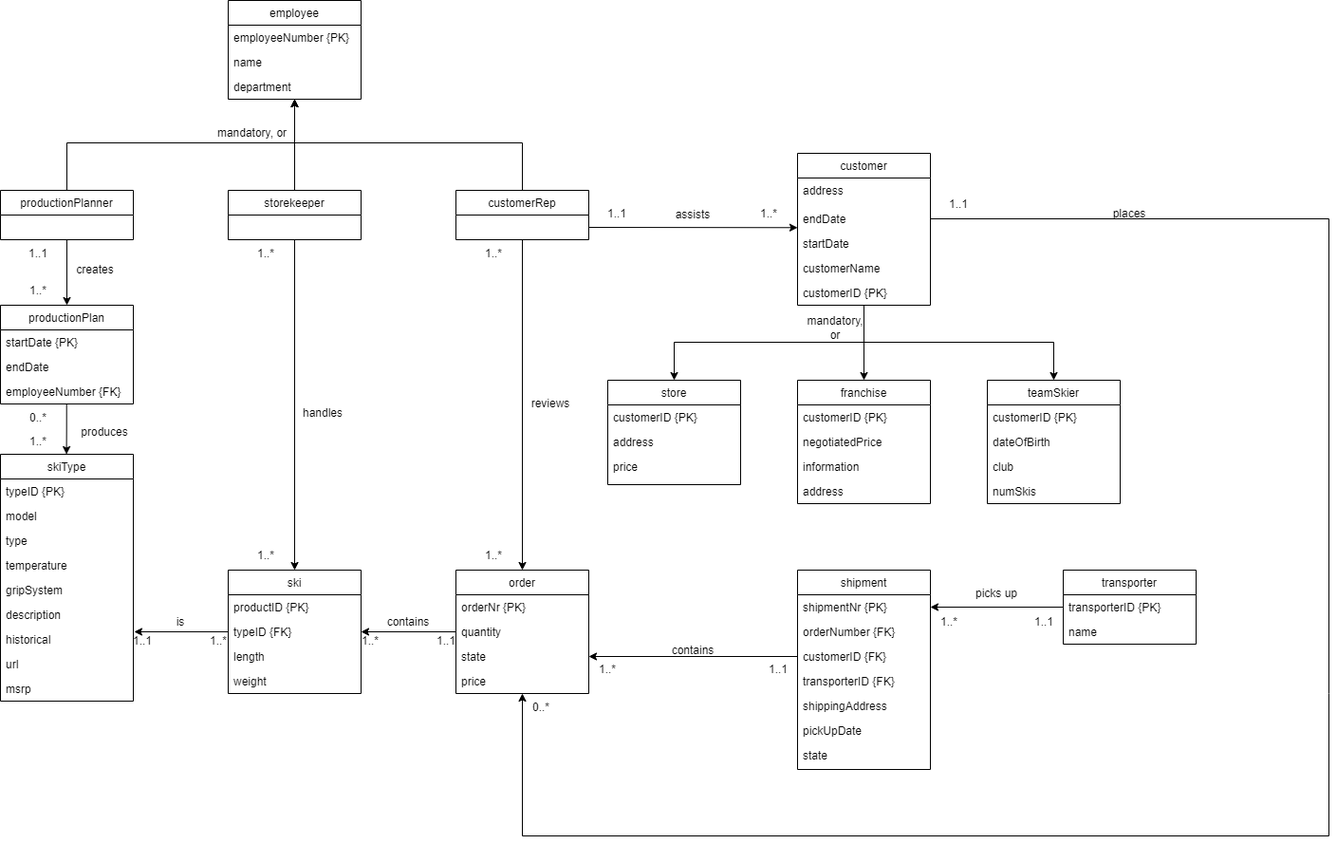
Before: documentation/conceptual.png, a diagram exported from draw.io (Mystodan/database_prosjekt_33). Source tidied: cells renumbered, new cells last; positions are measured from the earlier drawing's top-left corner, leaving out a move shared by most shapes.
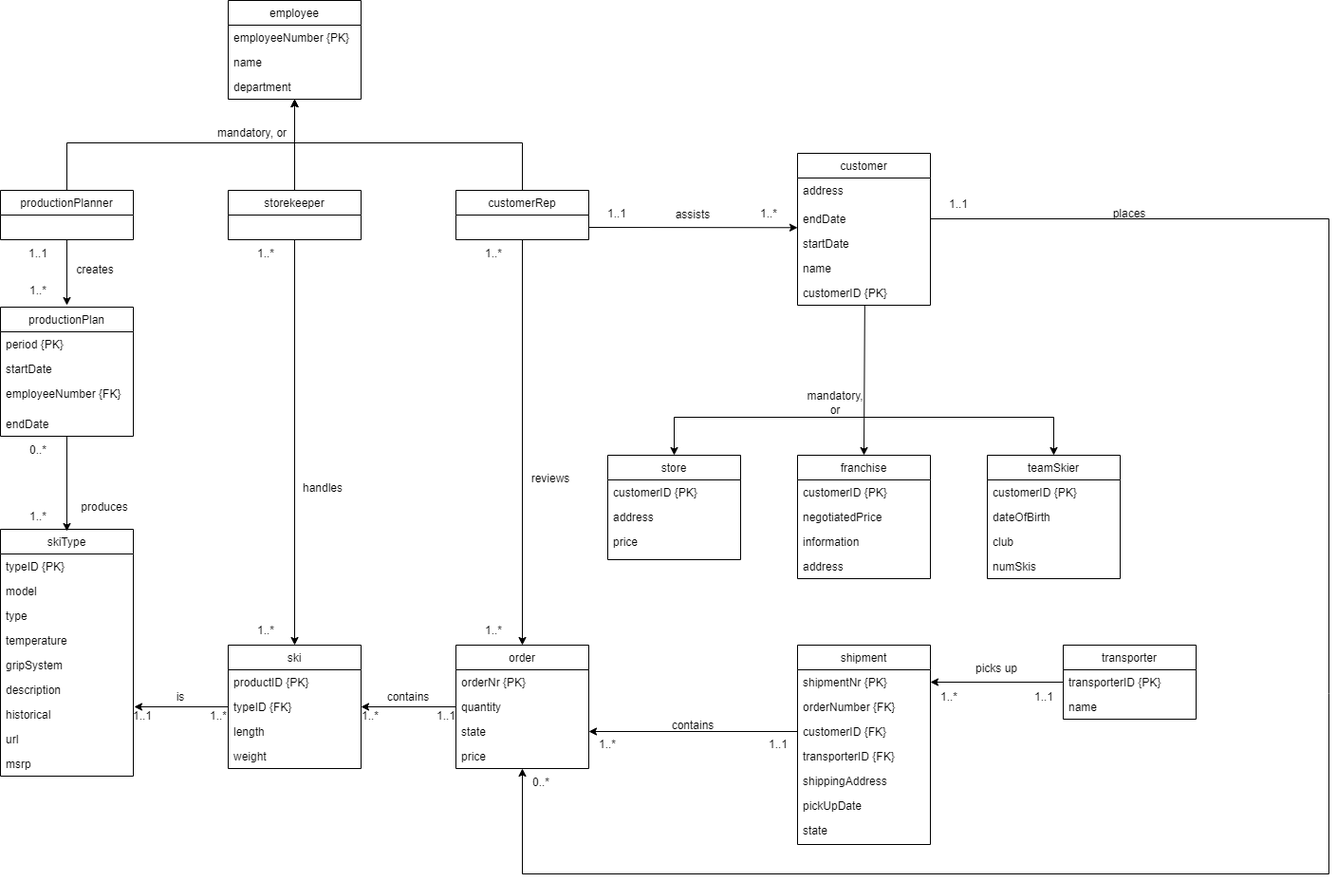
Above is the later version.

Commit message:
updated conceptual model

The edit, as a diff of the source:
```diff
@@ -5,13 +5,13 @@
     <mxCell id="2" style="edgeStyle=none;rounded=0;jettySize=auto;html=1;entryX=0.5;entryY=1;entryDx=0;entryDy=0;" parent="1" edge="1" source="3" target="26">
       <mxGeometry relative="1" as="geometry">
         <Array as="points">
-          <mxPoint x="70" y="150" />
-          <mxPoint x="310" y="150" />
+          <mxPoint x="70" y="71" />
+          <mxPoint x="310" y="71" />
         </Array>
       </mxGeometry>
     </mxCell>
     <mxCell id="3" value="productionPlanner" style="swimlane;fontStyle=0;horizontal=1;startSize=26;fillColor=none;" parent="1" vertex="1">
-      <mxGeometry y="200" width="140" height="52" as="geometry" />
+      <mxGeometry y="121" width="140" height="52" as="geometry" />
     </mxCell>
     <mxCell id="4" style="edgeStyle=orthogonalEdgeStyle;rounded=0;jettySize=auto;html=1;entryX=0.5;entryY=1;entryDx=0;entryDy=0;" parent="1" edge="1" source="6" target="26">
       <mxGeometry relative="1" as="geometry" />
@@ -20,7 +20,7 @@
       <mxGeometry relative="1" as="geometry" />
     </mxCell>
     <mxCell id="6" value="storekeeper" style="swimlane;fontStyle=0;horizontal=1;startSize=26;fillColor=none;" parent="1" vertex="1">
-      <mxGeometry x="240" y="200" width="140" height="52" as="geometry" />
+      <mxGeometry x="240" y="121" width="140" height="52" as="geometry" />
     </mxCell>
     <mxCell id="7" style="edgeStyle=orthogonalEdgeStyle;rounded=0;jettySize=auto;html=1;exitX=0.5;exitY=1;exitDx=0;exitDy=0;entryX=0.5;entryY=0;entryDx=0;entryDy=0;" parent="1" edge="1" source="10" target="30">
       <mxGeometry relative="1" as="geometry" />
@@ -28,8 +28,8 @@
     <mxCell id="8" style="edgeStyle=none;rounded=0;jettySize=auto;html=1;entryX=0.5;entryY=1;entryDx=0;entryDy=0;" parent="1" edge="1" source="10" target="26">
       <mxGeometry relative="1" as="geometry">
         <Array as="points">
-          <mxPoint x="550" y="150" />
-          <mxPoint x="310" y="150" />
+          <mxPoint x="550" y="71" />
+          <mxPoint x="310" y="71" />
         </Array>
       </mxGeometry>
     </mxCell>
@@ -37,7 +37,7 @@
       <mxGeometry relative="1" as="geometry" />
     </mxCell>
     <mxCell id="10" value="customerRep" style="swimlane;fontStyle=0;horizontal=1;startSize=26;fillColor=none;" parent="1" vertex="1">
-      <mxGeometry x="480" y="200" width="140" height="52" as="geometry" />
+      <mxGeometry x="480" y="121" width="140" height="52" as="geometry" />
     </mxCell>
     <mxCell id="11" value="skiType" style="swimlane;fontStyle=0;horizontal=1;startSize=26;fillColor=none;" parent="1" vertex="1">
       <mxGeometry y="478" width="140" height="260" as="geometry" />
@@ -85,7 +85,7 @@
       <mxGeometry y="104" width="140" height="26" as="geometry" />
     </mxCell>
     <mxCell id="26" value="employee" style="swimlane;fontStyle=0;horizontal=1;startSize=26;fillColor=none;" parent="1" vertex="1">
-      <mxGeometry x="240" width="140" height="104" as="geometry" />
+      <mxGeometry x="240" y="-79" width="140" height="104" as="geometry" />
     </mxCell>
     <mxCell id="27" value="employeeNumber {PK}" style="text;strokeColor=none;fillColor=none;align=left;verticalAlign=top;spacingLeft=4;spacingRight=4;overflow=hidden;" parent="26" vertex="1">
       <mxGeometry y="26" width="140" height="26" as="geometry" />
@@ -111,18 +111,24 @@
     <mxCell id="34" value="price" style="text;strokeColor=none;fillColor=none;align=left;verticalAlign=top;spacingLeft=4;spacingRight=4;overflow=hidden;points=[[0,0.5],[1,0.5]];portConstraint=eastwest;" parent="30" vertex="1">
       <mxGeometry y="104" width="140" height="26" as="geometry" />
     </mxCell>
+    <mxCell id="112" style="edgeStyle=none;rounded=0;jettySize=auto;html=1;entryX=1;entryY=1;entryDx=0;entryDy=0;" parent="1" edge="1" source="35" target="85">
+      <mxGeometry relative="1" as="geometry" />
+    </mxCell>
     <mxCell id="35" value="productionPlan" style="swimlane;fontStyle=0;horizontal=1;startSize=26;fillColor=none;" parent="1" vertex="1">
-      <mxGeometry y="321" width="140" height="104" as="geometry" />
+      <mxGeometry y="244" width="140" height="136" as="geometry" />
     </mxCell>
-    <mxCell id="36" value="startDate {PK}" style="text;strokeColor=none;fillColor=none;align=left;verticalAlign=top;spacingLeft=4;spacingRight=4;overflow=hidden;" parent="35" vertex="1">
+    <mxCell id="36" value="period {PK}" style="text;strokeColor=none;fillColor=none;align=left;verticalAlign=top;spacingLeft=4;spacingRight=4;overflow=hidden;" parent="35" vertex="1">
       <mxGeometry y="26" width="140" height="26" as="geometry" />
     </mxCell>
-    <mxCell id="37" value="endDate" style="text;strokeColor=none;fillColor=none;align=left;verticalAlign=top;spacingLeft=4;spacingRight=4;overflow=hidden;" parent="35" vertex="1">
+    <mxCell id="37" value="startDate" style="text;strokeColor=none;fillColor=none;align=left;verticalAlign=top;spacingLeft=4;spacingRight=4;overflow=hidden;" parent="35" vertex="1">
       <mxGeometry y="52" width="140" height="26" as="geometry" />
     </mxCell>
     <mxCell id="38" value="employeeNumber {FK}" style="text;strokeColor=none;fillColor=none;align=left;verticalAlign=top;spacingLeft=4;spacingRight=4;overflow=hidden;points=[[0,0.5],[1,0.5]];portConstraint=eastwest;" parent="35" vertex="1">
-      <mxGeometry y="78" width="140" height="26" as="geometry" />
+      <mxGeometry y="78" width="140" height="32" as="geometry" />
     </mxCell>
+    <mxCell id="113" value="endDate" style="text;strokeColor=none;fillColor=none;align=left;verticalAlign=top;spacingLeft=4;spacingRight=4;overflow=hidden;" parent="35" vertex="1">
+      <mxGeometry y="110" width="140" height="26" as="geometry" />
+    </mxCell>
     <mxCell id="39" value="shipment" style="swimlane;fontStyle=0;horizontal=1;startSize=26;fillColor=none;" parent="1" vertex="1">
       <mxGeometry x="840" y="600" width="140" height="210" as="geometry" />
     </mxCell>
@@ -156,7 +162,7 @@
     <mxCell id="49" value="name" style="text;strokeColor=none;fillColor=none;align=left;verticalAlign=top;spacingLeft=4;spacingRight=4;overflow=hidden;" parent="47" vertex="1">
       <mxGeometry y="52" width="140" height="26" as="geometry" />
     </mxCell>
-    <mxCell id="50" style="edgeStyle=none;rounded=0;jettySize=auto;html=1;entryX=0.5;entryY=0;entryDx=0;entryDy=0;" parent="1" edge="1" source="53" target="68">
+    <mxCell id="50" style="edgeStyle=none;rounded=0;jettySize=auto;html=1;entryX=0.5;entryY=0;entryDx=0;entryDy=0;exitX=0.506;exitY=1.006;exitDx=0;exitDy=0;exitPerimeter=0;" parent="1" edge="1" source="58" target="68">
       <mxGeometry relative="1" as="geometry" />
     </mxCell>
     <mxCell id="51" style="edgeStyle=none;rounded=0;jettySize=auto;html=1;entryX=0.5;entryY=0;entryDx=0;entryDy=0;" parent="1" edge="1" target="64">
@@ -176,7 +182,7 @@
       </mxGeometry>
     </mxCell>
     <mxCell id="53" value="customer" style="swimlane;fontStyle=0;horizontal=1;startSize=26;fillColor=none;" parent="1" vertex="1">
-      <mxGeometry x="840" y="161" width="140" height="160" as="geometry" />
+      <mxGeometry x="840" y="82" width="140" height="160" as="geometry" />
     </mxCell>
     <mxCell id="54" value="address" style="text;strokeColor=none;fillColor=none;align=left;verticalAlign=top;spacingLeft=4;spacingRight=4;overflow=hidden;" parent="53" vertex="1">
       <mxGeometry y="26" width="140" height="30" as="geometry" />
@@ -187,7 +193,7 @@
     <mxCell id="56" value="startDate" style="text;strokeColor=none;fillColor=none;align=left;verticalAlign=top;spacingLeft=4;spacingRight=4;overflow=hidden;" parent="53" vertex="1">
       <mxGeometry y="82" width="140" height="26" as="geometry" />
     </mxCell>
-    <mxCell id="57" value="customerName" style="text;strokeColor=none;fillColor=none;align=left;verticalAlign=top;spacingLeft=4;spacingRight=4;overflow=hidden;" parent="53" vertex="1">
+    <mxCell id="57" value="name" style="text;strokeColor=none;fillColor=none;align=left;verticalAlign=top;spacingLeft=4;spacingRight=4;overflow=hidden;" parent="53" vertex="1">
       <mxGeometry y="108" width="140" height="26" as="geometry" />
     </mxCell>
     <mxCell id="58" value="customerID {PK}" style="text;strokeColor=none;fillColor=none;align=left;verticalAlign=top;spacingLeft=4;spacingRight=4;overflow=hidden;points=[[0,0.5],[1,0.5]];portConstraint=eastwest;" parent="53" vertex="1">
@@ -246,63 +252,58 @@
     </mxCell>
     <mxCell id="76" style="edgeStyle=orthogonalEdgeStyle;rounded=0;orthogonalLoop=1;jettySize=auto;html=1;entryX=0.5;entryY=0;entryDx=0;entryDy=0;" parent="1" edge="1">
       <mxGeometry relative="1" as="geometry">
-        <mxPoint x="70" y="252" as="sourcePoint" />
-        <mxPoint x="70" y="321" as="targetPoint" />
+        <mxPoint x="70" y="173" as="sourcePoint" />
+        <mxPoint x="70" y="242" as="targetPoint" />
       </mxGeometry>
     </mxCell>
-    <mxCell id="77" style="edgeStyle=orthogonalEdgeStyle;rounded=0;jettySize=auto;html=1;entryX=0.5;entryY=0;entryDx=0;entryDy=0;exitX=0.498;exitY=0.981;exitDx=0;exitDy=0;exitPerimeter=0;" parent="1" edge="1" source="38">
-      <mxGeometry relative="1" as="geometry">
-        <mxPoint x="69.6" y="478" as="targetPoint" />
-      </mxGeometry>
-    </mxCell>
     <mxCell id="78" style="edgeStyle=none;rounded=0;jettySize=auto;html=1;entryX=1;entryY=0.5;entryDx=0;entryDy=0;" parent="1" edge="1" source="48" target="40">
       <mxGeometry relative="1" as="geometry" />
     </mxCell>
     <mxCell id="79" style="edgeStyle=none;rounded=0;jettySize=auto;html=1;entryX=0.5;entryY=1;entryDx=0;entryDy=0;entryPerimeter=0;" parent="1" edge="1" source="55" target="34">
       <mxGeometry relative="1" as="geometry">
         <Array as="points">
-          <mxPoint x="1400" y="230" />
-          <mxPoint x="1400" y="730" />
-          <mxPoint x="1400" y="880" />
-          <mxPoint x="550" y="880" />
+          <mxPoint x="1400" y="151" />
+          <mxPoint x="1400" y="651" />
+          <mxPoint x="1400" y="841" />
+          <mxPoint x="550" y="841" />
         </Array>
       </mxGeometry>
     </mxCell>
     <mxCell id="80" value="mandatory, or" style="text;html=1;align=center;verticalAlign=middle;strokeColor=none;fillColor=none;" parent="1" vertex="1">
-      <mxGeometry x="220" y="130" width="90" height="20" as="geometry" />
+      <mxGeometry x="220" y="51" width="90" height="20" as="geometry" />
     </mxCell>
     <mxCell id="81" value="1..1" style="text;html=1;strokeColor=none;fillColor=none;align=center;verticalAlign=middle;whiteSpace=wrap;rounded=0;" parent="1" vertex="1">
-      <mxGeometry x="10" y="252" width="60" height="30" as="geometry" />
+      <mxGeometry x="10" y="173" width="60" height="30" as="geometry" />
     </mxCell>
     <mxCell id="82" value="1..*" style="text;html=1;strokeColor=none;fillColor=none;align=center;verticalAlign=middle;whiteSpace=wrap;rounded=0;" parent="1" vertex="1">
-      <mxGeometry x="10" y="291" width="60" height="30" as="geometry" />
+      <mxGeometry x="10" y="212" width="60" height="30" as="geometry" />
     </mxCell>
     <mxCell id="83" value="creates" style="text;html=1;strokeColor=none;fillColor=none;align=center;verticalAlign=middle;whiteSpace=wrap;rounded=0;" parent="1" vertex="1">
-      <mxGeometry x="70" y="269" width="60" height="30" as="geometry" />
+      <mxGeometry x="70" y="190" width="60" height="30" as="geometry" />
     </mxCell>
     <mxCell id="84" value="0..*" style="text;html=1;strokeColor=none;fillColor=none;align=center;verticalAlign=middle;whiteSpace=wrap;rounded=0;" parent="1" vertex="1">
-      <mxGeometry x="10" y="425" width="60" height="30" as="geometry" />
+      <mxGeometry x="10" y="380" width="60" height="30" as="geometry" />
     </mxCell>
     <mxCell id="85" value="1..*" style="text;html=1;strokeColor=none;fillColor=none;align=center;verticalAlign=middle;whiteSpace=wrap;rounded=0;" parent="1" vertex="1">
       <mxGeometry x="10" y="450" width="60" height="30" as="geometry" />
     </mxCell>
     <mxCell id="86" value="1..*" style="text;html=1;strokeColor=none;fillColor=none;align=center;verticalAlign=middle;whiteSpace=wrap;rounded=0;" parent="1" vertex="1">
-      <mxGeometry x="250" y="252" width="60" height="30" as="geometry" />
+      <mxGeometry x="250" y="173" width="60" height="30" as="geometry" />
     </mxCell>
     <mxCell id="87" value="1..*" style="text;html=1;strokeColor=none;fillColor=none;align=center;verticalAlign=middle;whiteSpace=wrap;rounded=0;" parent="1" vertex="1">
       <mxGeometry x="250" y="570" width="60" height="30" as="geometry" />
     </mxCell>
     <mxCell id="88" value="1..*" style="text;html=1;strokeColor=none;fillColor=none;align=center;verticalAlign=middle;whiteSpace=wrap;rounded=0;" parent="1" vertex="1">
-      <mxGeometry x="490" y="252" width="60" height="30" as="geometry" />
+      <mxGeometry x="490" y="173" width="60" height="30" as="geometry" />
     </mxCell>
     <mxCell id="89" value="1..*" style="text;html=1;strokeColor=none;fillColor=none;align=center;verticalAlign=middle;whiteSpace=wrap;rounded=0;" parent="1" vertex="1">
       <mxGeometry x="490" y="570" width="60" height="30" as="geometry" />
     </mxCell>
     <mxCell id="90" value="1..1" style="text;html=1;strokeColor=none;fillColor=none;align=center;verticalAlign=middle;whiteSpace=wrap;rounded=0;" parent="1" vertex="1">
-      <mxGeometry x="620" y="210" width="60" height="30" as="geometry" />
+      <mxGeometry x="620" y="131" width="60" height="30" as="geometry" />
     </mxCell>
     <mxCell id="91" value="1..*" style="text;html=1;strokeColor=none;fillColor=none;align=center;verticalAlign=middle;whiteSpace=wrap;rounded=0;" parent="1" vertex="1">
-      <mxGeometry x="780" y="210" width="60" height="30" as="geometry" />
+      <mxGeometry x="780" y="131" width="60" height="30" as="geometry" />
     </mxCell>
     <mxCell id="92" value="1..*" style="text;html=1;strokeColor=none;fillColor=none;align=center;verticalAlign=middle;whiteSpace=wrap;rounded=0;" parent="1" vertex="1">
       <mxGeometry x="200" y="660" width="60" height="30" as="geometry" />
@@ -329,7 +330,7 @@
       <mxGeometry x="1070" y="640" width="60" height="30" as="geometry" />
     </mxCell>
     <mxCell id="100" value="1..1" style="text;html=1;strokeColor=none;fillColor=none;align=center;verticalAlign=middle;whiteSpace=wrap;rounded=0;" parent="1" vertex="1">
-      <mxGeometry x="980" y="200" width="60" height="30" as="geometry" />
+      <mxGeometry x="980" y="121" width="60" height="30" as="geometry" />
     </mxCell>
     <mxCell id="101" value="0..*" style="text;html=1;strokeColor=none;fillColor=none;align=center;verticalAlign=middle;whiteSpace=wrap;rounded=0;" parent="1" vertex="1">
       <mxGeometry x="540" y="730" width="60" height="30" as="geometry" />
@@ -344,7 +345,7 @@
       <mxGeometry x="700" y="670" width="60" height="30" as="geometry" />
     </mxCell>
     <mxCell id="105" value="places" style="text;html=1;strokeColor=none;fillColor=none;align=center;verticalAlign=middle;whiteSpace=wrap;rounded=0;" parent="1" vertex="1">
-      <mxGeometry x="1160" y="210" width="60" height="30" as="geometry" />
+      <mxGeometry x="1160" y="131" width="60" height="30" as="geometry" />
     </mxCell>
     <mxCell id="106" value="contains" style="text;html=1;strokeColor=none;fillColor=none;align=center;verticalAlign=middle;whiteSpace=wrap;rounded=0;" parent="1" vertex="1">
       <mxGeometry x="400" y="640" width="60" height="30" as="geometry" />
@@ -362,7 +363,7 @@
       <mxGeometry x="550" y="410" width="60" height="30" as="geometry" />
     </mxCell>
     <mxCell id="111" value="assists" style="text;html=1;strokeColor=none;fillColor=none;align=center;verticalAlign=middle;whiteSpace=wrap;rounded=0;" parent="1" vertex="1">
-      <mxGeometry x="700" y="211" width="60" height="30" as="geometry" />
+      <mxGeometry x="700" y="132" width="60" height="30" as="geometry" />
     </mxCell>
   </root>
 </mxGraphModel>
```
